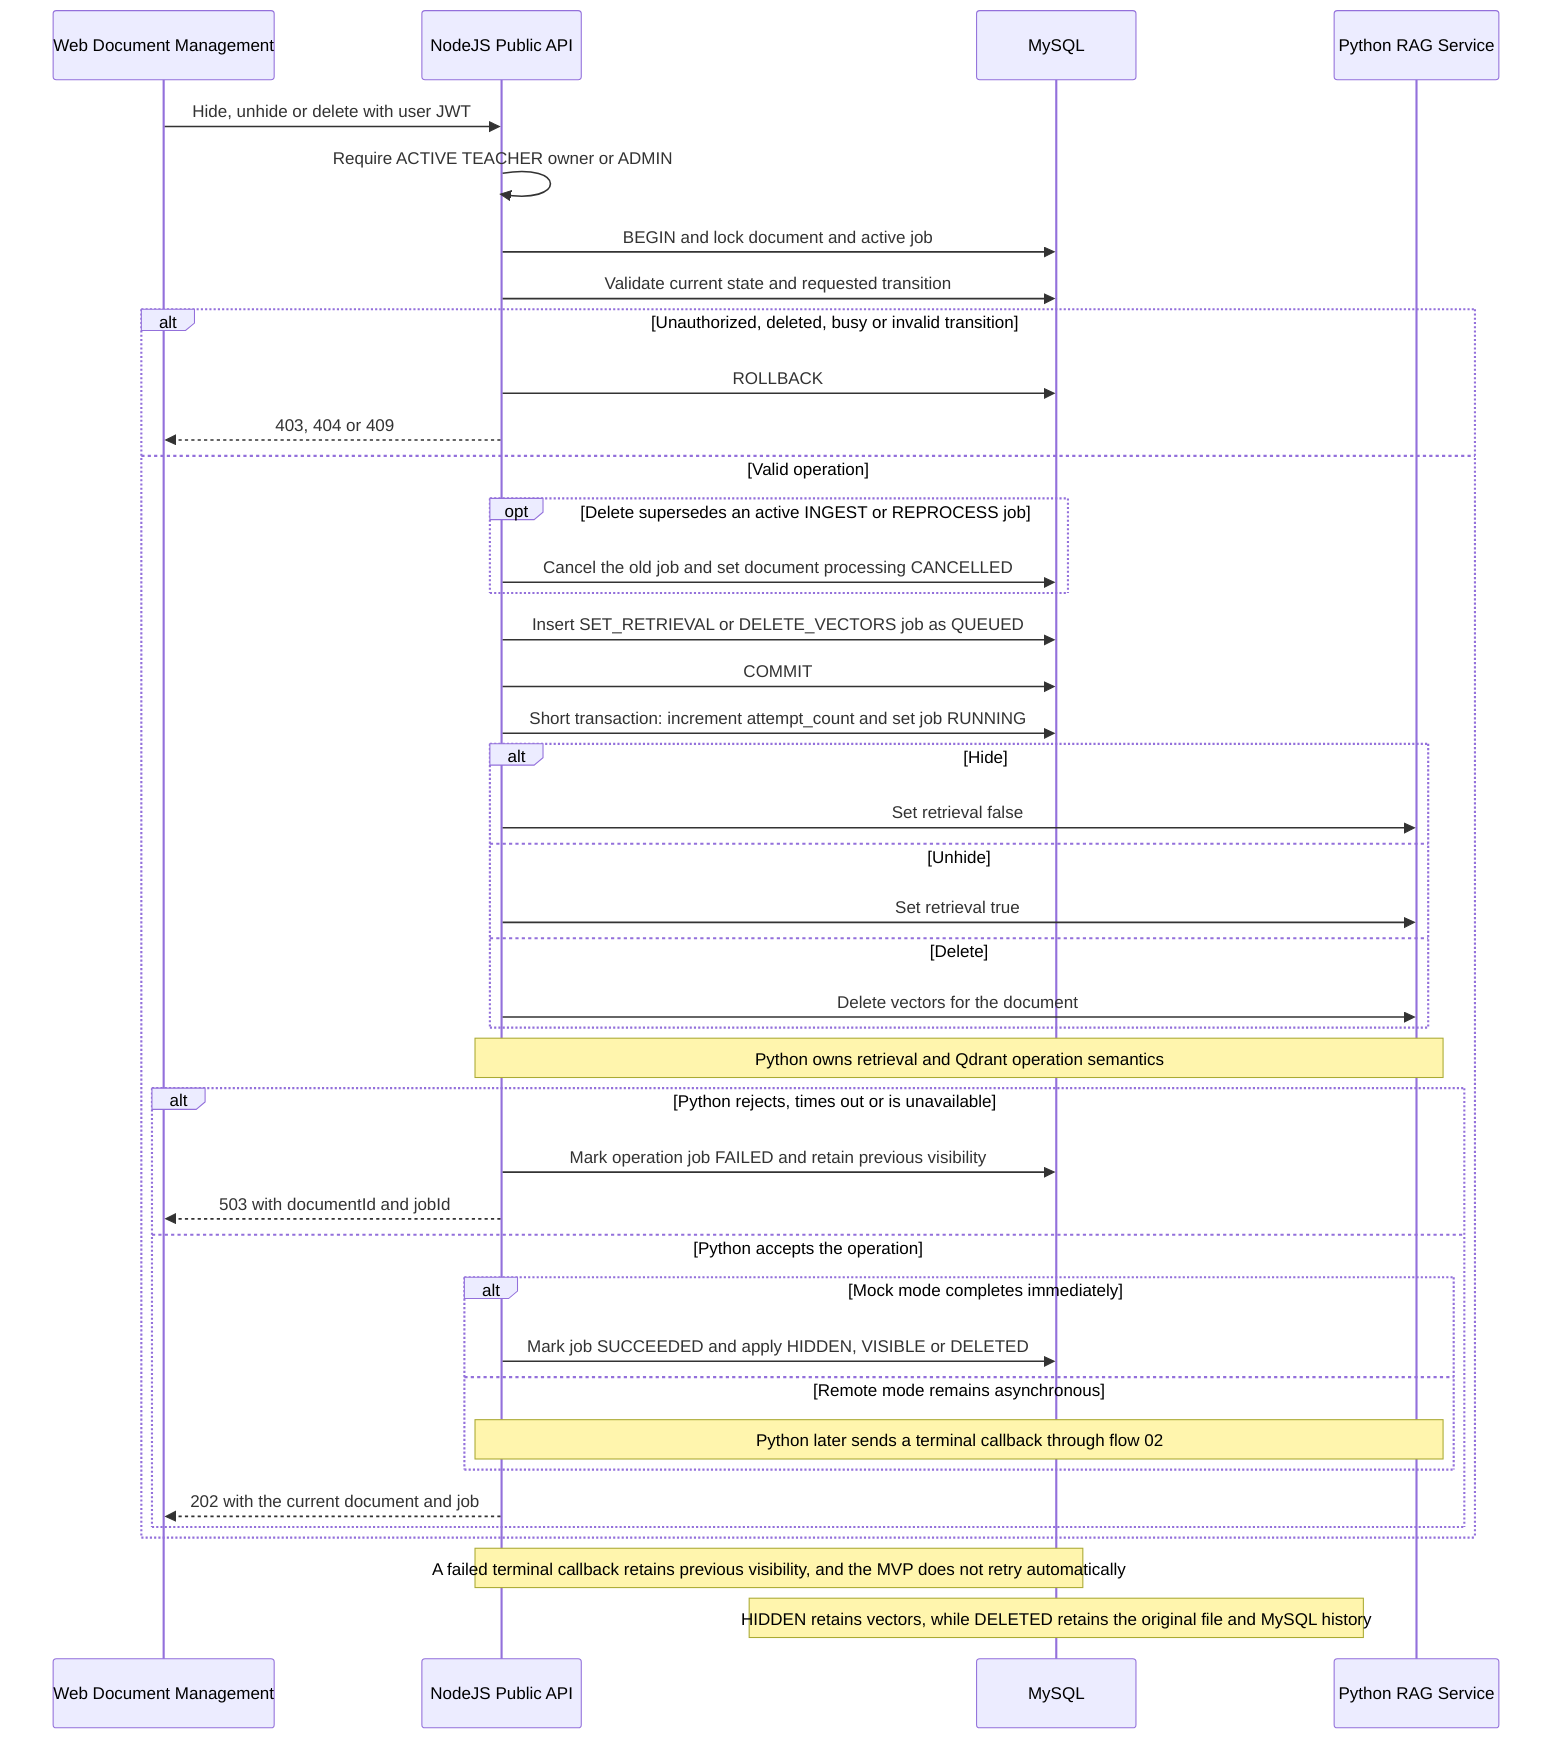
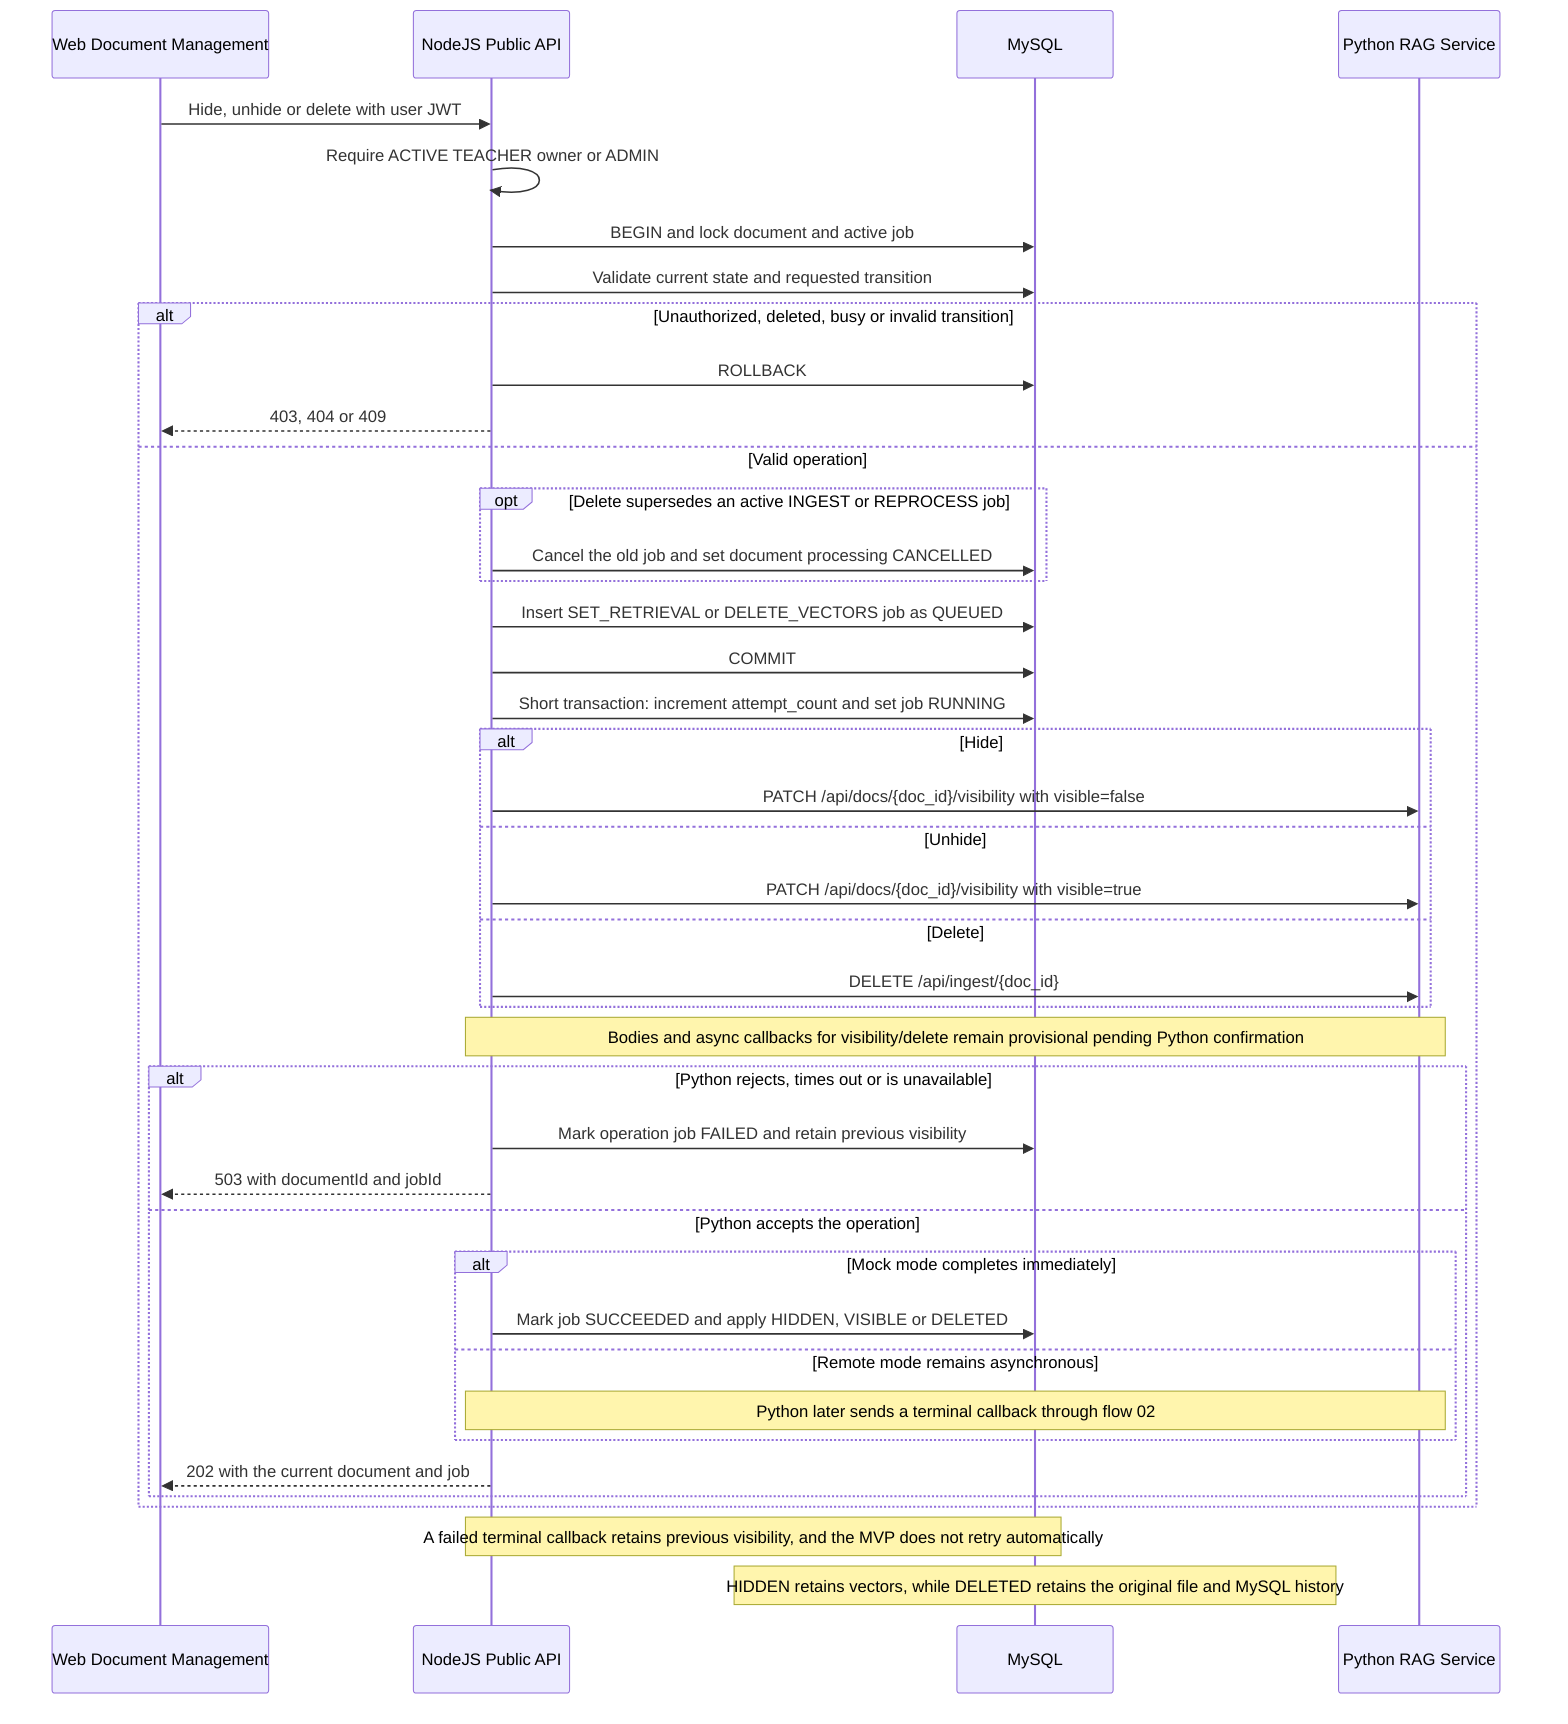
%% 05 Hide, unhide and delete | Detailed NodeJS/Core flow
sequenceDiagram
  participant Web as Web Document Management
  participant Node as NodeJS Public API
  participant DB as MySQL
  participant RAG as Python RAG Service

  Web->>Node: Hide, unhide or delete with user JWT
  Node->>Node: Require ACTIVE TEACHER owner or ADMIN
  Node->>DB: BEGIN and lock document and active job
  Node->>DB: Validate current state and requested transition
  alt Unauthorized, deleted, busy or invalid transition
    Node->>DB: ROLLBACK
    Node-->>Web: 403, 404 or 409
  else Valid operation
    opt Delete supersedes an active INGEST or REPROCESS job
      Node->>DB: Cancel the old job and set document processing CANCELLED
    end
    Node->>DB: Insert SET_RETRIEVAL or DELETE_VECTORS job as QUEUED
    Node->>DB: COMMIT
    Node->>DB: Short transaction: increment attempt_count and set job RUNNING
    alt Hide
-       Node->>RAG: Set retrieval false
+       Node->>RAG: PATCH /api/docs/{doc_id}/visibility with visible=false
    else Unhide
-       Node->>RAG: Set retrieval true
+       Node->>RAG: PATCH /api/docs/{doc_id}/visibility with visible=true
    else Delete
-       Node->>RAG: Delete vectors for the document
+       Node->>RAG: DELETE /api/ingest/{doc_id}
    end
-     Note over Node,RAG: Python owns retrieval and Qdrant operation semantics
+     Note over Node,RAG: Bodies and async callbacks for visibility/delete remain provisional pending Python confirmation

    alt Python rejects, times out or is unavailable
      Node->>DB: Mark operation job FAILED and retain previous visibility
      Node-->>Web: 503 with documentId and jobId
    else Python accepts the operation
      alt Mock mode completes immediately
        Node->>DB: Mark job SUCCEEDED and apply HIDDEN, VISIBLE or DELETED
      else Remote mode remains asynchronous
        Note over Node,RAG: Python later sends a terminal callback through flow 02
      end
      Node-->>Web: 202 with the current document and job
    end
  end

  Note over Node,DB: A failed terminal callback retains previous visibility, and the MVP does not retry automatically
  Note over DB: HIDDEN retains vectors, while DELETED retains the original file and MySQL history
